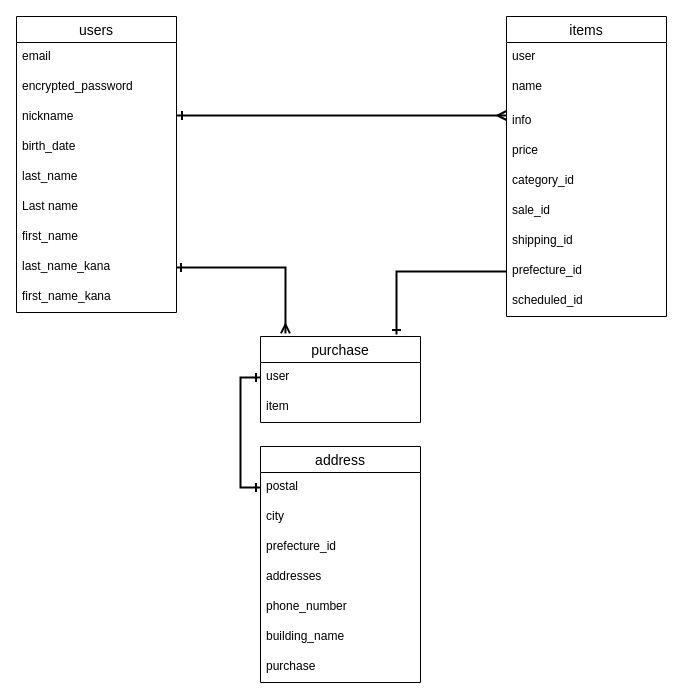
jiji12874/furima-31963 keeps this draw.io diagram as test.dio. Above is the earlier version. Source tidied: cells renumbered, new cells numbered last; positions are measured from the earlier drawing's top-left corner, leaving out a move shared by most shapes. Both pictures are drawn from the tidied source at 100%, with x=0, y=0 at pixel (16, 16).
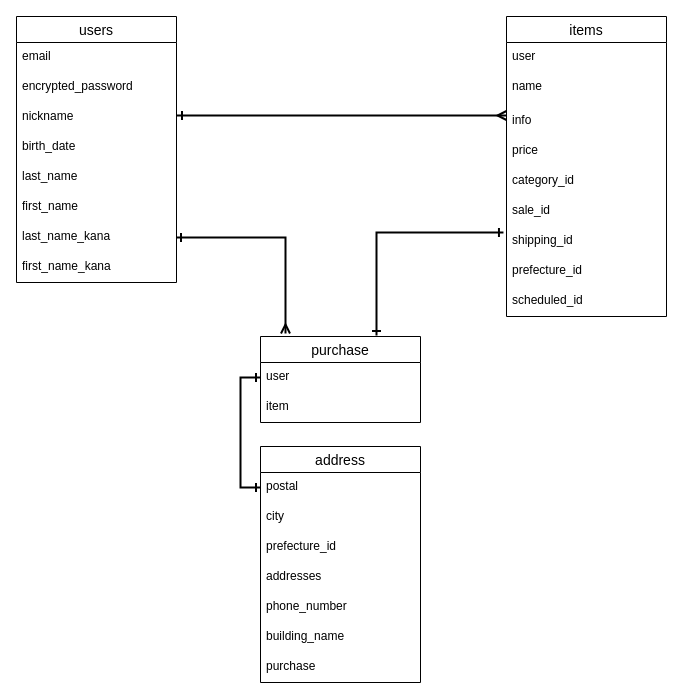
The same page after the edit.

Unchanged cells that the change refers to:
```xml
<mxCell id="27" value="shipping_id" style="text;strokeColor=none;fillColor=none;spacingLeft=4;spacingRight=4;overflow=hidden;points=[[0,0.5],[1,0.5]];portConstraint=eastwest;fontSize=12;" parent="20" vertex="1">
  <mxGeometry y="210" width="160" height="30" as="geometry" />
</mxCell>
<mxCell id="28" value="prefecture_id" style="text;strokeColor=none;fillColor=none;spacingLeft=4;spacingRight=4;overflow=hidden;points=[[0,0.5],[1,0.5]];portConstraint=eastwest;fontSize=12;" parent="20" vertex="1">
  <mxGeometry y="240" width="160" height="30" as="geometry" />
</mxCell>
<mxCell id="30" value="purchase" style="swimlane;fontStyle=0;horizontal=1;startSize=26;align=center;fontSize=14;" parent="1" vertex="1">
  <mxGeometry x="244" y="320" width="160" height="86" as="geometry" />
</mxCell>
```

What changed in the source:
```diff
@@
     <mxCell id="2" value="users" style="swimlane;fontStyle=0;horizontal=1;startSize=26;align=center;fontSize=14;" parent="1" vertex="1">
-      <mxGeometry width="160" height="296" as="geometry" />
+      <mxGeometry width="160" height="266" as="geometry" />
     </mxCell>
@@
-    <mxCell id="8" value="Last name" style="text;strokeColor=none;fillColor=none;spacingLeft=4;spacingRight=4;overflow=hidden;fontSize=12;" parent="2" vertex="1">
-      <mxGeometry y="176" width="160" height="30" as="geometry" />
-    </mxCell>
     <mxCell id="9" value="first_name" style="text;strokeColor=none;fillColor=none;spacingLeft=4;spacingRight=4;overflow=hidden;fontSize=12;" parent="2" vertex="1">
-      <mxGeometry y="206" width="160" height="30" as="geometry" />
+      <mxGeometry y="176" width="160" height="30" as="geometry" />
     </mxCell>
     <mxCell id="10" value="last_name_kana" style="text;strokeColor=none;fillColor=none;spacingLeft=4;spacingRight=4;overflow=hidden;points=[[0,0.5],[1,0.5]];portConstraint=eastwest;fontSize=12;" parent="2" vertex="1">
-      <mxGeometry y="236" width="160" height="30" as="geometry" />
+      <mxGeometry y="206" width="160" height="30" as="geometry" />
     </mxCell>
     <mxCell id="11" value="first_name_kana" style="text;strokeColor=none;fillColor=none;spacingLeft=4;spacingRight=4;overflow=hidden;fontSize=12;" parent="2" vertex="1">
-      <mxGeometry y="266" width="160" height="30" as="geometry" />
+      <mxGeometry y="236" width="160" height="30" as="geometry" />
     </mxCell>
@@
-    <mxCell id="33" style="edgeStyle=orthogonalEdgeStyle;rounded=0;jettySize=auto;html=1;exitX=1;exitY=0.5;exitDx=0;exitDy=0;entryX=0.156;entryY=-0.036;entryDx=0;entryDy=0;entryPerimeter=0;startArrow=ERone;startFill=0;endArrow=ERmany;endFill=0;strokeWidth=2;" parent="1" edge="1" source="10" target="30">
+    <mxCell id="33" style="edgeStyle=orthogonalEdgeStyle;rounded=0;jettySize=auto;html=1;exitX=1;exitY=0.5;exitDx=0;exitDy=0;startArrow=ERone;startFill=0;endArrow=ERmany;endFill=0;strokeWidth=2;" parent="1" edge="1" source="10">
       <mxGeometry relative="1" as="geometry">
+        <mxPoint x="269" y="317" as="targetPoint" />
         <Array as="points">
-          <mxPoint x="269" y="251" />
+          <mxPoint x="269" y="221" />
         </Array>
       </mxGeometry>
     </mxCell>
@@
-    <mxCell id="36" style="edgeStyle=orthogonalEdgeStyle;rounded=0;jettySize=auto;html=1;exitX=0;exitY=0.5;exitDx=0;exitDy=0;entryX=0.85;entryY=-0.023;entryDx=0;entryDy=0;entryPerimeter=0;strokeWidth=2;endArrow=ERone;endFill=0;" parent="1" edge="1" source="28" target="30">
-      <mxGeometry relative="1" as="geometry" />
-    </mxCell>
+    <mxCell id="37" style="edgeStyle=orthogonalEdgeStyle;rounded=0;jettySize=auto;html=1;endArrow=ERone;endFill=0;strokeWidth=2;startArrow=ERone;startFill=0;exitX=-0.019;exitY=0.2;exitDx=0;exitDy=0;exitPerimeter=0;" parent="1" edge="1" source="27">
+      <mxGeometry relative="1" as="geometry">
+        <mxPoint x="360" y="319" as="targetPoint" />
+        <Array as="points">
+          <mxPoint x="360" y="216" />
+        </Array>
+      </mxGeometry>
+    </mxCell>
```
